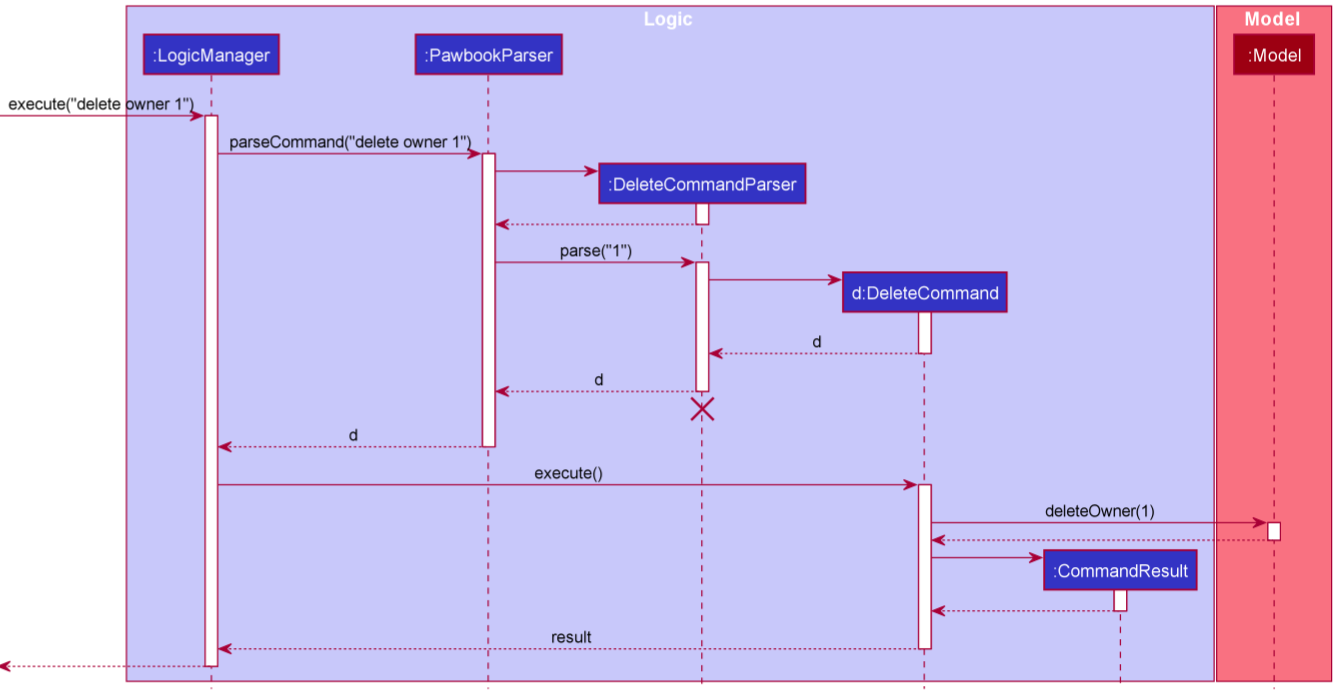
Above: docs/images/DeleteSequenceDiagram.png in nus-cs2103-AY2021S2/tp (PlantUML), before the change. Its source is kept beside it as docs/diagrams/DeleteSequenceDiagram.puml.
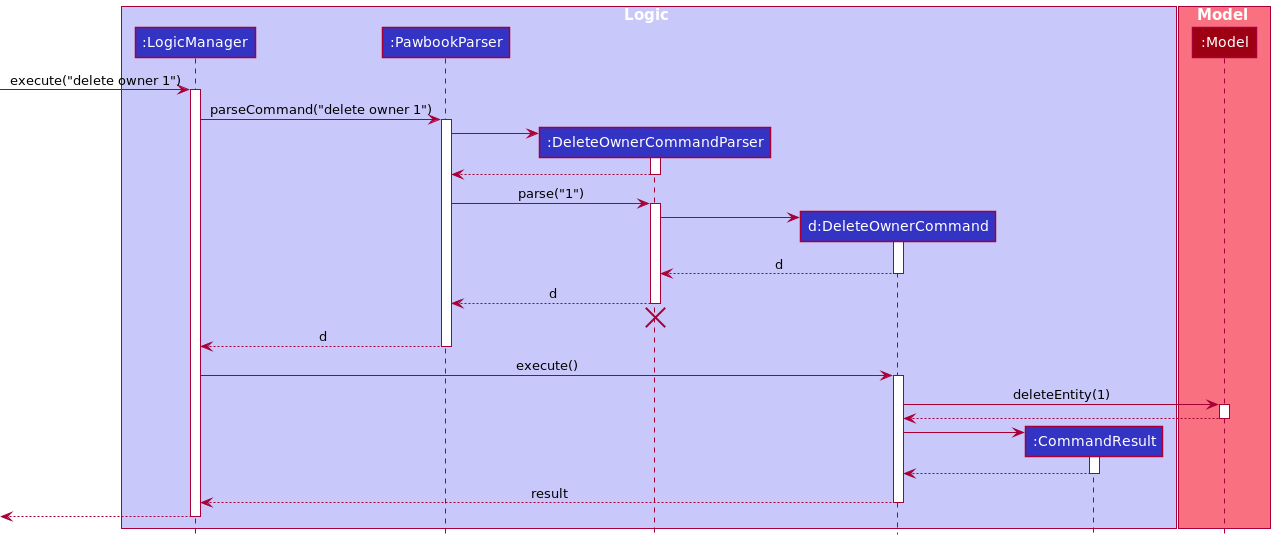
Above is the later version.

Commit message:
DG: Update example under Logic Component

Diff of the diagram source:
```diff
@@ -4,8 +4,8 @@
 box Logic LOGIC_COLOR_T1
 participant ":LogicManager" as LogicManager LOGIC_COLOR
 participant ":PawbookParser" as PawbookParser LOGIC_COLOR
-participant ":DeleteCommandParser" as DeleteCommandParser LOGIC_COLOR
-participant "d:DeleteCommand" as DeleteCommand LOGIC_COLOR
+participant ":DeleteOwnerCommandParser" as DeleteOwnerCommandParser LOGIC_COLOR
+participant "d:DeleteOwnerCommand" as DeleteOwnerCommand LOGIC_COLOR
 participant ":CommandResult" as CommandResult LOGIC_COLOR
 end box
 
@@ -19,49 +19,49 @@
 LogicManager -> PawbookParser : parseCommand("delete owner 1")
 activate PawbookParser
 
-create DeleteCommandParser
-PawbookParser -> DeleteCommandParser
-activate DeleteCommandParser
+create DeleteOwnerCommandParser
+PawbookParser -> DeleteOwnerCommandParser
+activate DeleteOwnerCommandParser
 
-DeleteCommandParser --> PawbookParser
-deactivate DeleteCommandParser
+DeleteOwnerCommandParser --> PawbookParser
+deactivate DeleteOwnerCommandParser
 
-PawbookParser -> DeleteCommandParser : parse("1")
-activate DeleteCommandParser
+PawbookParser -> DeleteOwnerCommandParser : parse("1")
+activate DeleteOwnerCommandParser
 
-create DeleteCommand
-DeleteCommandParser -> DeleteCommand
-activate DeleteCommand
+create DeleteOwnerCommand
+DeleteOwnerCommandParser -> DeleteOwnerCommand
+activate DeleteOwnerCommand
 
-DeleteCommand --> DeleteCommandParser : d
-deactivate DeleteCommand
+DeleteOwnerCommand --> DeleteOwnerCommandParser : d
+deactivate DeleteOwnerCommand
 
-DeleteCommandParser --> PawbookParser : d
-deactivate DeleteCommandParser
-DeleteCommandParser -[hidden]-> PawbookParser
-destroy DeleteCommandParser
+DeleteOwnerCommandParser --> PawbookParser : d
+deactivate DeleteOwnerCommandParser
+DeleteOwnerCommandParser -[hidden]-> PawbookParser
+destroy DeleteOwnerCommandParser
 
 PawbookParser --> LogicManager : d
 deactivate PawbookParser
 
-LogicManager -> DeleteCommand : execute()
-activate DeleteCommand
+LogicManager -> DeleteOwnerCommand : execute()
+activate DeleteOwnerCommand
 
-DeleteCommand -> Model : deleteOwner(1)
+DeleteOwnerCommand -> Model : deleteEntity(1)
 activate Model
 
-Model --> DeleteCommand
+Model --> DeleteOwnerCommand
 deactivate Model
 
 create CommandResult
-DeleteCommand -> CommandResult
+DeleteOwnerCommand -> CommandResult
 activate CommandResult
 
-CommandResult --> DeleteCommand
+CommandResult --> DeleteOwnerCommand
 deactivate CommandResult
 
-DeleteCommand --> LogicManager : result
-deactivate DeleteCommand
+DeleteOwnerCommand --> LogicManager : result
+deactivate DeleteOwnerCommand
 
 [<--LogicManager
 deactivate LogicManager
```
